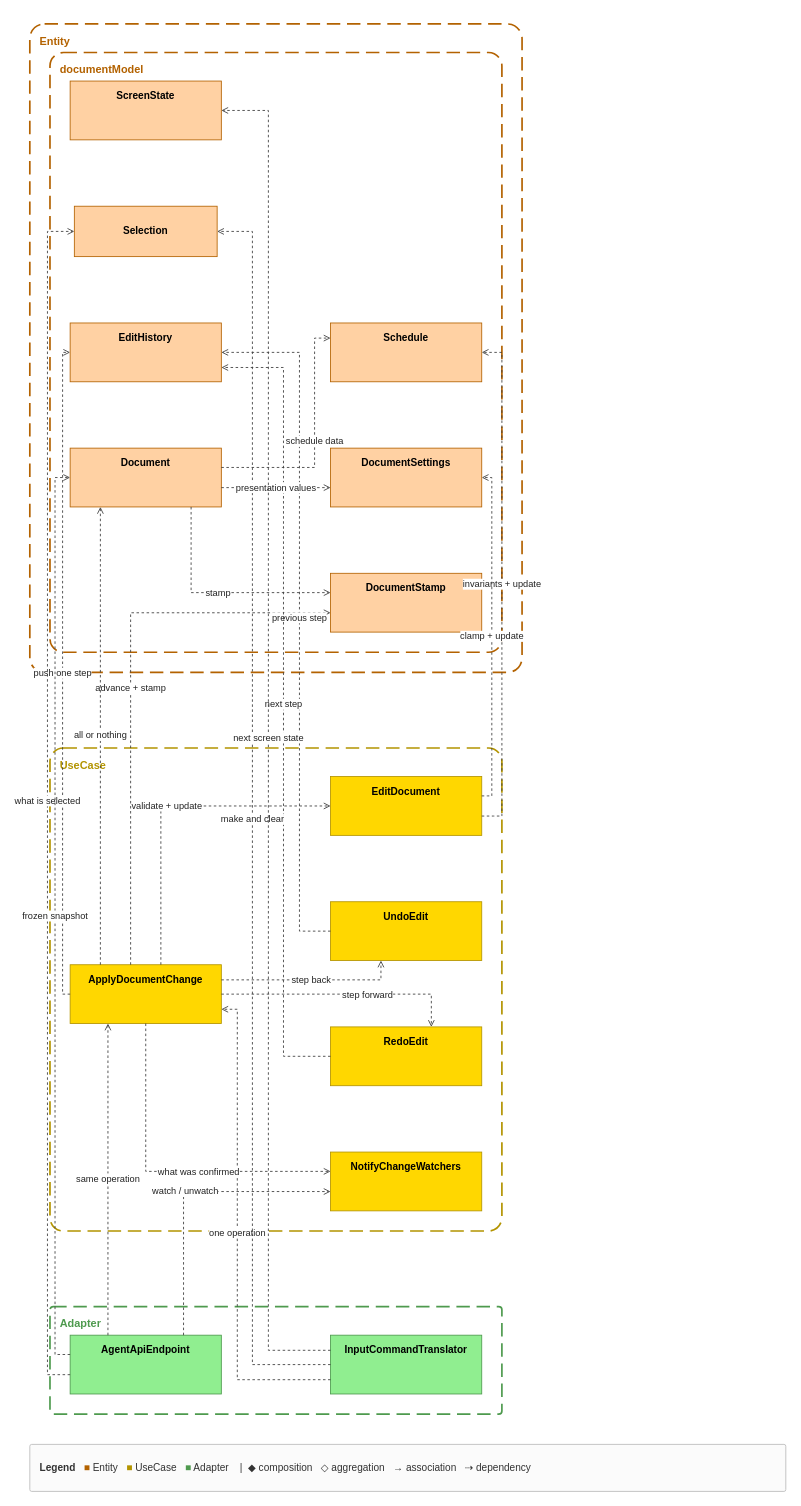
This is docs/spec/_assets/source/view-write.drawio from GoodRelax/gr-scheduler, a draw.io file, before an edit. Source tidied: cells renumbered, new cells numbered last; positions are measured from the earlier drawing's top-left corner, leaving out a move shared by most shapes. Both pictures are drawn from the tidied source at 84%, with x=0, y=0 at pixel (29, 24).
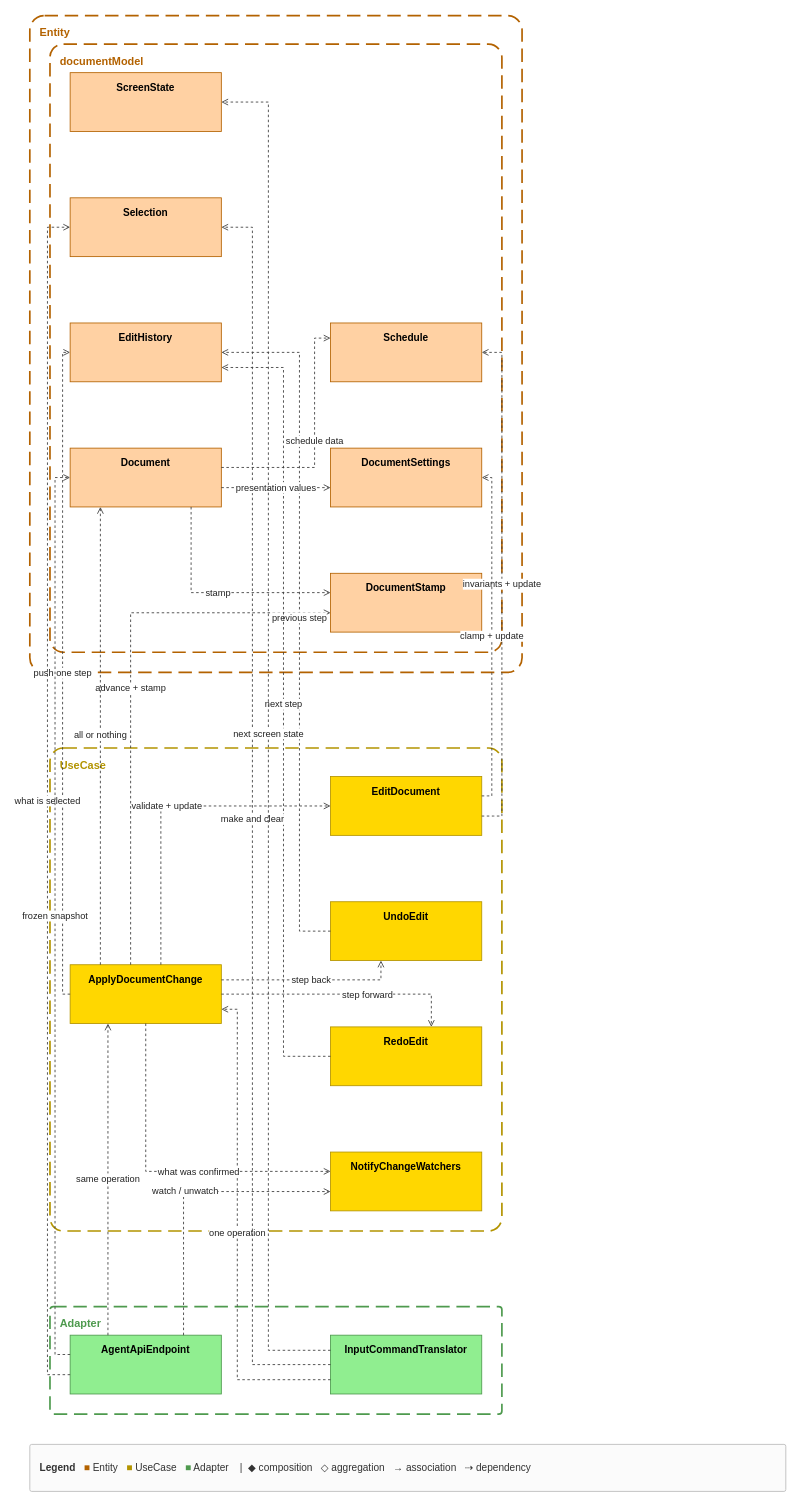
After the change.

The change refers to these unchanged cells:
```xml
<mxCell id="6" value="&lt;b&gt;AgentApiEndpoint&lt;/b&gt;" style="rounded=0;whiteSpace=wrap;html=1;verticalAlign=top;spacingTop=4;fillColor=#90EE90;strokeColor=#4E9A4E;" parent="1" vertex="1">
  <mxGeometry x="48" y="1561" width="180" height="70" as="geometry" />
</mxCell>
<mxCell id="7" value="&lt;b&gt;InputCommandTranslator&lt;/b&gt;" style="rounded=0;whiteSpace=wrap;html=1;verticalAlign=top;spacingTop=4;fillColor=#90EE90;strokeColor=#4E9A4E;" parent="1" vertex="1">
  <mxGeometry x="358" y="1561" width="180" height="70" as="geometry" />
</mxCell>
```

What changed in the source:
```diff
@@
     <mxCell id="2" value="Entity" style="rounded=1;arcSize=3;fillColor=none;strokeColor=#B36200;dashed=1;dashPattern=8 4;strokeWidth=2;verticalAlign=top;align=left;spacingLeft=10;spacingTop=6;fontStyle=1;fontColor=#B36200;fontSize=13;html=1;" parent="1" vertex="1">
-      <mxGeometry width="586" height="772" as="geometry" />
+      <mxGeometry y="-10" width="586" height="782" as="geometry" />
     </mxCell>
     <mxCell id="3" value="documentModel" style="rounded=1;arcSize=3;fillColor=none;strokeColor=#B36200;dashed=1;dashPattern=8 4;strokeWidth=2;verticalAlign=top;align=left;spacingLeft=10;spacingTop=6;fontStyle=1;fontColor=#B36200;fontSize=13;html=1;" parent="1" vertex="1">
-      <mxGeometry x="24" y="34" width="538" height="714" as="geometry" />
+      <mxGeometry x="24" y="24" width="538" height="724" as="geometry" />
     </mxCell>
@@
-    <mxCell id="18" value="&lt;b&gt;Selection&lt;/b&gt;" style="rounded=0;whiteSpace=wrap;html=1;fillColor=#FFD1A3;strokeColor=#B36200;" parent="1" vertex="1">
-      <mxGeometry x="53" y="217" width="170" height="60" as="geometry" />
+    <mxCell id="18" value="&lt;b&gt;Selection&lt;/b&gt;" style="rounded=0;whiteSpace=wrap;html=1;verticalAlign=top;spacingTop=4;fillColor=#FFD1A3;strokeColor=#B36200;" parent="1" vertex="1">
+      <mxGeometry x="48" y="207" width="180" height="70" as="geometry" />
     </mxCell>
     <mxCell id="19" value="&lt;b&gt;ScreenState&lt;/b&gt;" style="rounded=0;whiteSpace=wrap;html=1;verticalAlign=top;spacingTop=4;fillColor=#FFD1A3;strokeColor=#B36200;" parent="1" vertex="1">
-      <mxGeometry x="48" y="68" width="180" height="70" as="geometry" />
+      <mxGeometry x="48" y="58" width="180" height="70" as="geometry" />
     </mxCell>
@@
     <mxCell id="35" value="what is selected" style="edgeStyle=orthogonalEdgeStyle;rounded=0;html=1;strokeColor=#3A3A3A;fontSize=11;fontColor=#222222;labelBackgroundColor=#FFFFFF;endArrow=open;dashed=1;" parent="1" edge="1" source="6" target="18">
       <mxGeometry relative="1" as="geometry">
         <Array as="points">
           <mxPoint x="32" y="1608" />
           <mxPoint x="21" y="1608" />
           <mxPoint x="21" y="1608" />
           <mxPoint x="21" y="1608" />
-          <mxPoint x="21" y="247" />
-          <mxPoint x="21" y="247" />
-          <mxPoint x="21" y="247" />
-          <mxPoint x="35" y="247" />
+          <mxPoint x="21" y="242" />
+          <mxPoint x="21" y="242" />
+          <mxPoint x="21" y="242" />
+          <mxPoint x="32" y="242" />
         </Array>
       </mxGeometry>
     </mxCell>
     <mxCell id="36" value="make and clear" style="edgeStyle=orthogonalEdgeStyle;rounded=0;html=1;strokeColor=#3A3A3A;fontSize=11;fontColor=#222222;labelBackgroundColor=#FFFFFF;endArrow=open;dashed=1;" parent="1" edge="1" source="7" target="18">
       <mxGeometry relative="1" as="geometry">
         <Array as="points">
           <mxPoint x="312" y="1596" />
           <mxPoint x="265" y="1596" />
           <mxPoint x="265" y="1596" />
           <mxPoint x="265" y="1596" />
-          <mxPoint x="265" y="247" />
-          <mxPoint x="265" y="247" />
-          <mxPoint x="265" y="247" />
-          <mxPoint x="246" y="247" />
+          <mxPoint x="265" y="242" />
+          <mxPoint x="265" y="242" />
+          <mxPoint x="265" y="242" />
+          <mxPoint x="249" y="242" />
         </Array>
       </mxGeometry>
     </mxCell>
@@
     <mxCell id="42" value="next screen state" style="edgeStyle=orthogonalEdgeStyle;rounded=0;html=1;strokeColor=#3A3A3A;fontSize=11;fontColor=#222222;labelBackgroundColor=#FFFFFF;endArrow=open;dashed=1;" parent="1" edge="1" source="7" target="19">
       <mxGeometry relative="1" as="geometry">
         <Array as="points">
           <mxPoint x="320" y="1579" />
           <mxPoint x="284" y="1579" />
           <mxPoint x="284" y="1579" />
           <mxPoint x="284" y="1579" />
-          <mxPoint x="284" y="103" />
-          <mxPoint x="284" y="103" />
-          <mxPoint x="284" y="103" />
-          <mxPoint x="258" y="103" />
+          <mxPoint x="284" y="93" />
+          <mxPoint x="284" y="93" />
+          <mxPoint x="284" y="93" />
+          <mxPoint x="258" y="93" />
         </Array>
       </mxGeometry>
     </mxCell>
```
